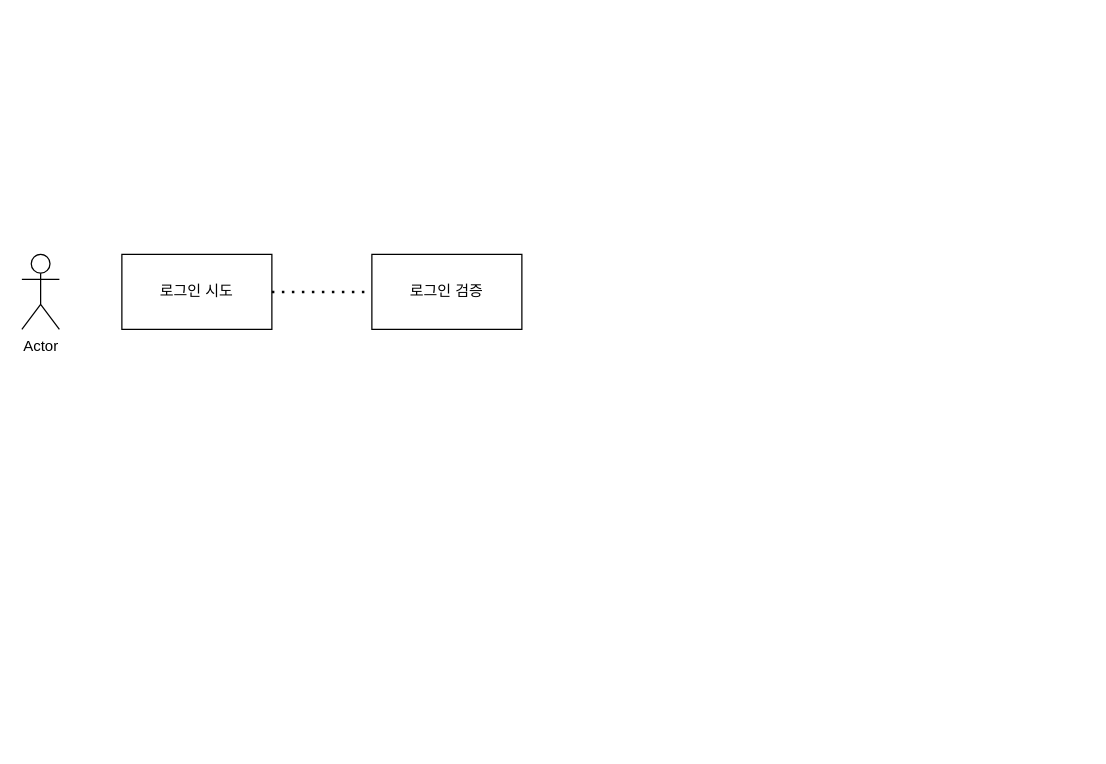
mothership2002/dashboard keeps this draw.io diagram as 제목 없는 다이어그램.drawio. Above is the earlier version. Source tidied: cells renumbered, new cells numbered last; positions are measured from the earlier drawing's top-left corner, leaving out a move shared by most shapes. Both pictures are drawn from the tidied source at 125%, with x=0, y=0 at pixel (21, 254).
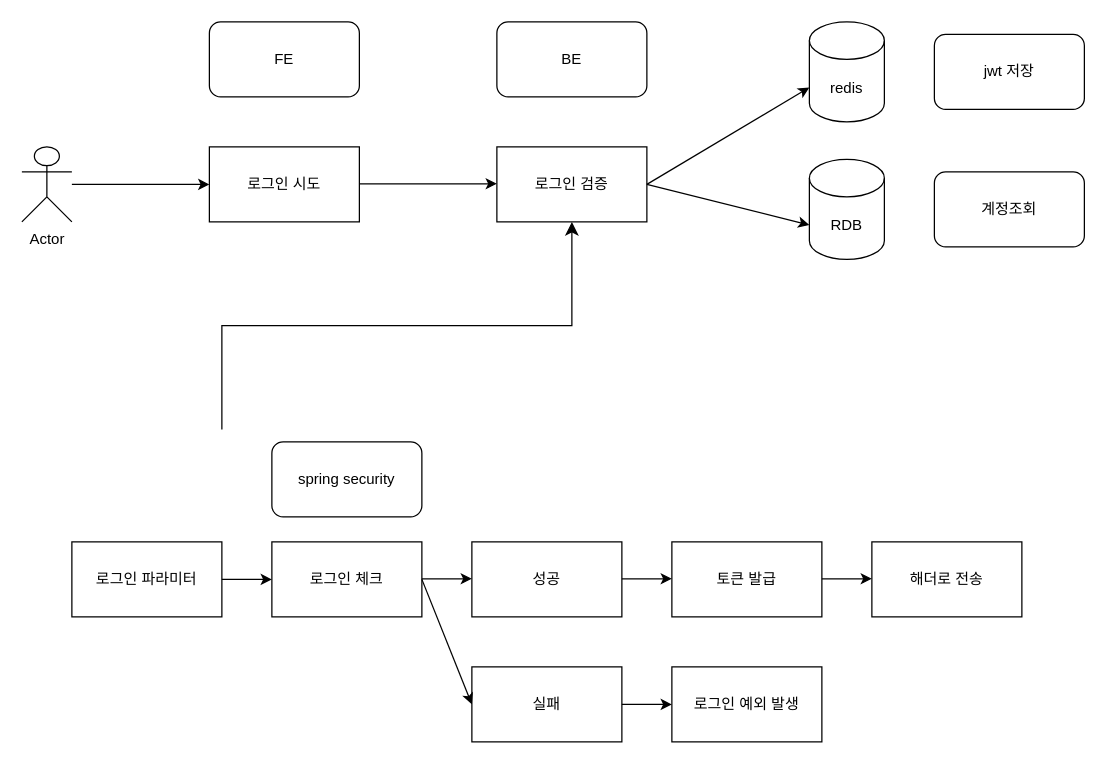
The same diagram, later.

Commit message:
제목 없는 다이어그램.drawio 업데이트

Change to the diagram source:
```diff
@@
     <mxCell id="2" value="Actor" style="shape=umlActor;verticalLabelPosition=bottom;verticalAlign=top;html=1;outlineConnect=0;" parent="1" vertex="1">
-      <mxGeometry width="30" height="60" as="geometry" />
+      <mxGeometry y="-86" width="40" height="60" as="geometry" />
     </mxCell>
     <mxCell id="3" value="로그인 시도" style="rounded=0;whiteSpace=wrap;html=1;" parent="1" vertex="1">
-      <mxGeometry x="80" width="120" height="60" as="geometry" />
+      <mxGeometry x="150" y="-86" width="120" height="60" as="geometry" />
     </mxCell>
     <mxCell id="4" value="로그인 검증" style="rounded=0;whiteSpace=wrap;html=1;" parent="1" vertex="1">
-      <mxGeometry x="280" width="120" height="60" as="geometry" />
+      <mxGeometry x="380" y="-86" width="120" height="60" as="geometry" />
     </mxCell>
-    <mxCell id="5" style="endArrow=none;dashed=1;html=1;dashPattern=1 3;strokeWidth=2;rounded=0;exitX=1;exitY=0.5;exitDx=0;exitDy=0;entryX=0;entryY=0.5;entryDx=0;entryDy=0;" parent="1" edge="1" source="3" target="4">
-      <mxGeometry relative="1" as="geometry">
-        <Array as="points">
-          <mxPoint x="240" y="30" />
-        </Array>
-      </mxGeometry>
-    </mxCell>
+    <mxCell id="6" value="FE" style="rounded=1;whiteSpace=wrap;html=1;" parent="1" vertex="1">
+      <mxGeometry x="150" y="-186" width="120" height="60" as="geometry" />
+    </mxCell>
+    <mxCell id="7" value="BE" style="rounded=1;whiteSpace=wrap;html=1;" parent="1" vertex="1">
+      <mxGeometry x="380" y="-186" width="120" height="60" as="geometry" />
+    </mxCell>
+    <mxCell id="8" value="redis" style="shape=cylinder3;whiteSpace=wrap;html=1;boundedLbl=1;backgroundOutline=1;size=15;" parent="1" vertex="1">
+      <mxGeometry x="630" y="-186" width="60" height="80" as="geometry" />
+    </mxCell>
+    <mxCell id="9" value="RDB" style="shape=cylinder3;whiteSpace=wrap;html=1;boundedLbl=1;backgroundOutline=1;size=15;" parent="1" vertex="1">
+      <mxGeometry x="630" y="-76" width="60" height="80" as="geometry" />
+    </mxCell>
+    <mxCell id="10" style="endArrow=classic;html=1;rounded=0;entryX=0;entryY=0.5;entryDx=0;entryDy=0;" parent="1" edge="1" source="2" target="3">
+      <mxGeometry relative="1" as="geometry" />
+    </mxCell>
+    <mxCell id="11" style="endArrow=classic;html=1;rounded=0;entryX=0;entryY=0.5;entryDx=0;entryDy=0;" parent="1" edge="1">
+      <mxGeometry relative="1" as="geometry">
+        <mxPoint x="270" y="-56.5" as="sourcePoint" />
+        <mxPoint x="380" y="-56.5" as="targetPoint" />
+        <Array as="points">
+          <mxPoint x="320" y="-56.5" />
+        </Array>
+      </mxGeometry>
+    </mxCell>
+    <mxCell id="12" style="endArrow=classic;html=1;rounded=0;exitX=1;exitY=0.5;exitDx=0;exitDy=0;entryX=0;entryY=0;entryDx=0;entryDy=52.5;entryPerimeter=0;" parent="1" edge="1" source="4" target="9">
+      <mxGeometry relative="1" as="geometry" />
+    </mxCell>
+    <mxCell id="13" style="endArrow=classic;html=1;rounded=0;entryX=0;entryY=0;entryDx=0;entryDy=52.5;entryPerimeter=0;exitX=1;exitY=0.5;exitDx=0;exitDy=0;" parent="1" edge="1" source="4" target="8">
+      <mxGeometry relative="1" as="geometry" />
+    </mxCell>
+    <mxCell id="14" value="jwt 저장" style="rounded=1;whiteSpace=wrap;html=1;" parent="1" vertex="1">
+      <mxGeometry x="730" y="-176" width="120" height="60" as="geometry" />
+    </mxCell>
+    <mxCell id="15" value="계정조회" style="rounded=1;whiteSpace=wrap;html=1;" parent="1" vertex="1">
+      <mxGeometry x="730" y="-66" width="120" height="60" as="geometry" />
+    </mxCell>
+    <mxCell id="16" style="edgeStyle=elbowEdgeStyle;elbow=vertical;endArrow=classic;html=1;curved=0;rounded=0;endSize=8;startSize=8;" parent="1" edge="1">
+      <mxGeometry relative="1" as="geometry">
+        <mxPoint x="160" y="140" as="sourcePoint" />
+        <mxPoint x="440" y="-26" as="targetPoint" />
+      </mxGeometry>
+    </mxCell>
+    <mxCell id="17" value="로그인 파라미터" style="rounded=0;whiteSpace=wrap;html=1;" parent="1" vertex="1">
+      <mxGeometry x="40" y="230" width="120" height="60" as="geometry" />
+    </mxCell>
+    <mxCell id="18" value="로그인 체크" style="rounded=0;whiteSpace=wrap;html=1;" parent="1" vertex="1">
+      <mxGeometry x="200" y="230" width="120" height="60" as="geometry" />
+    </mxCell>
+    <mxCell id="19" value="spring security" style="rounded=1;whiteSpace=wrap;html=1;" parent="1" vertex="1">
+      <mxGeometry x="200" y="150" width="120" height="60" as="geometry" />
+    </mxCell>
+    <mxCell id="20" value="성공" style="rounded=0;whiteSpace=wrap;html=1;" parent="1" vertex="1">
+      <mxGeometry x="360" y="230" width="120" height="60" as="geometry" />
+    </mxCell>
+    <mxCell id="21" value="실패" style="rounded=0;whiteSpace=wrap;html=1;" parent="1" vertex="1">
+      <mxGeometry x="360" y="330" width="120" height="60" as="geometry" />
+    </mxCell>
+    <mxCell id="22" style="endArrow=classic;html=1;rounded=0;entryX=0;entryY=0.5;entryDx=0;entryDy=0;" parent="1" edge="1" target="18">
+      <mxGeometry relative="1" as="geometry">
+        <mxPoint x="160" y="260" as="sourcePoint" />
+      </mxGeometry>
+    </mxCell>
+    <mxCell id="23" style="endArrow=classic;html=1;rounded=0;" parent="1" edge="1">
+      <mxGeometry relative="1" as="geometry">
+        <mxPoint x="320" y="259.5" as="sourcePoint" />
+        <mxPoint x="360" y="259.5" as="targetPoint" />
+      </mxGeometry>
+    </mxCell>
+    <mxCell id="24" style="endArrow=classic;html=1;rounded=0;exitX=1;exitY=0.5;exitDx=0;exitDy=0;entryX=0;entryY=0.5;entryDx=0;entryDy=0;" parent="1" edge="1" source="18" target="21">
+      <mxGeometry relative="1" as="geometry" />
+    </mxCell>
+    <mxCell id="25" value="토큰 발급" style="rounded=0;whiteSpace=wrap;html=1;" parent="1" vertex="1">
+      <mxGeometry x="520" y="230" width="120" height="60" as="geometry" />
+    </mxCell>
+    <mxCell id="26" style="endArrow=classic;html=1;rounded=0;" parent="1" edge="1">
+      <mxGeometry relative="1" as="geometry">
+        <mxPoint x="480" y="259.5" as="sourcePoint" />
+        <mxPoint x="520" y="259.5" as="targetPoint" />
+      </mxGeometry>
+    </mxCell>
+    <mxCell id="27" value="로그인 예외 발생" style="rounded=0;whiteSpace=wrap;html=1;" parent="1" vertex="1">
+      <mxGeometry x="520" y="330" width="120" height="60" as="geometry" />
+    </mxCell>
+    <mxCell id="28" style="endArrow=classic;html=1;rounded=0;exitX=1;exitY=0.5;exitDx=0;exitDy=0;" parent="1" edge="1" source="21">
+      <mxGeometry relative="1" as="geometry">
+        <mxPoint x="520" y="360" as="targetPoint" />
+      </mxGeometry>
+    </mxCell>
+    <mxCell id="29" value="해더로 전송" style="rounded=0;whiteSpace=wrap;html=1;" parent="1" vertex="1">
+      <mxGeometry x="680" y="230" width="120" height="60" as="geometry" />
+    </mxCell>
+    <mxCell id="30" style="endArrow=classic;html=1;rounded=0;" parent="1" edge="1">
+      <mxGeometry relative="1" as="geometry">
+        <mxPoint x="640" y="259.5" as="sourcePoint" />
+        <mxPoint x="680" y="259.5" as="targetPoint" />
+      </mxGeometry>
+    </mxCell>
```
